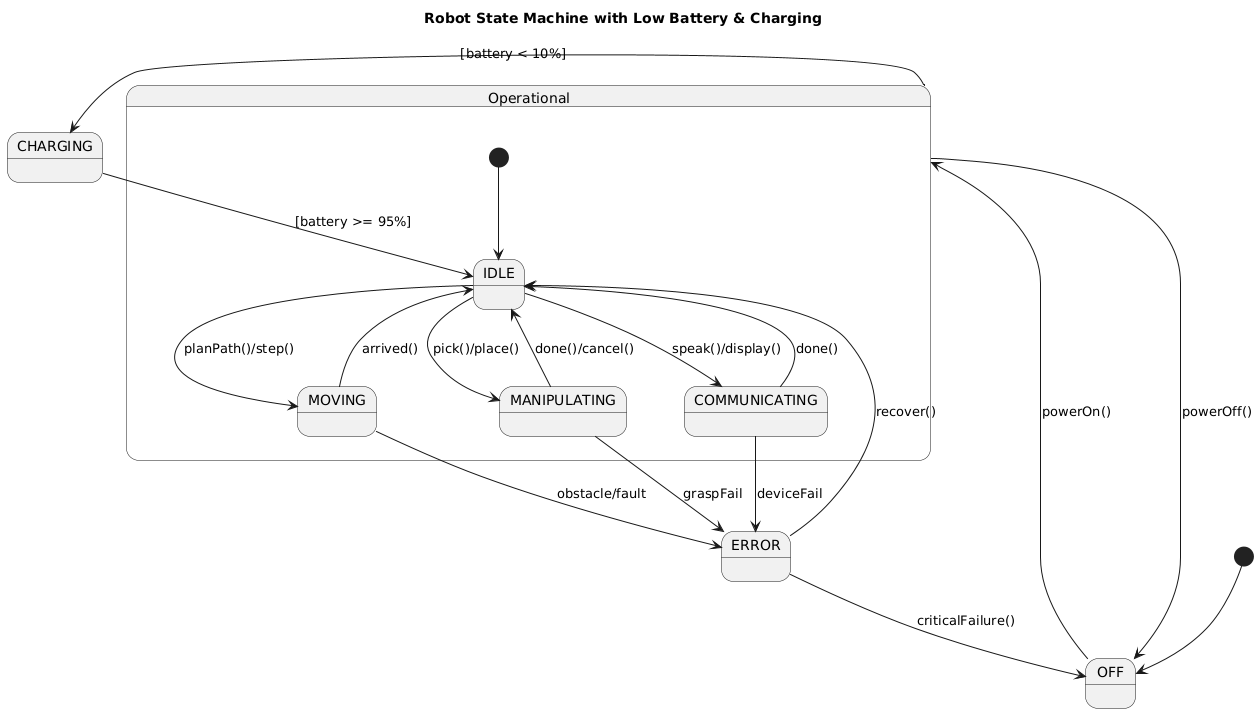
Above: OOP_PCOM7E_Assignment/assets/img/state_diagram.png in va-angelier/va-angelier.github.io (PlantUML), before the change. Its diagram source:
```plantuml
@startuml
title Robot State Machine with Low Battery & Charging
skinparam shadowing false

[*] --> OFF
OFF --> Operational : powerOn()
Operational --> OFF : powerOff()

state Operational {
  [*] --> IDLE
  IDLE --> MOVING : planPath()/step()
  MOVING --> IDLE : arrived()
  IDLE --> MANIPULATING : pick()/place()
  MANIPULATING --> IDLE : done()/cancel()
  IDLE --> COMMUNICATING : speak()/display()
  COMMUNICATING --> IDLE : done()
  MOVING --> ERROR : obstacle/fault
  MANIPULATING --> ERROR : graspFail
  COMMUNICATING --> ERROR : deviceFail
}

Operational --> CHARGING : [battery < 10%]
state CHARGING
CHARGING --> IDLE : [battery >= 95%]

state ERROR
ERROR --> IDLE : recover()
ERROR --> OFF  : criticalFailure()
@enduml
```
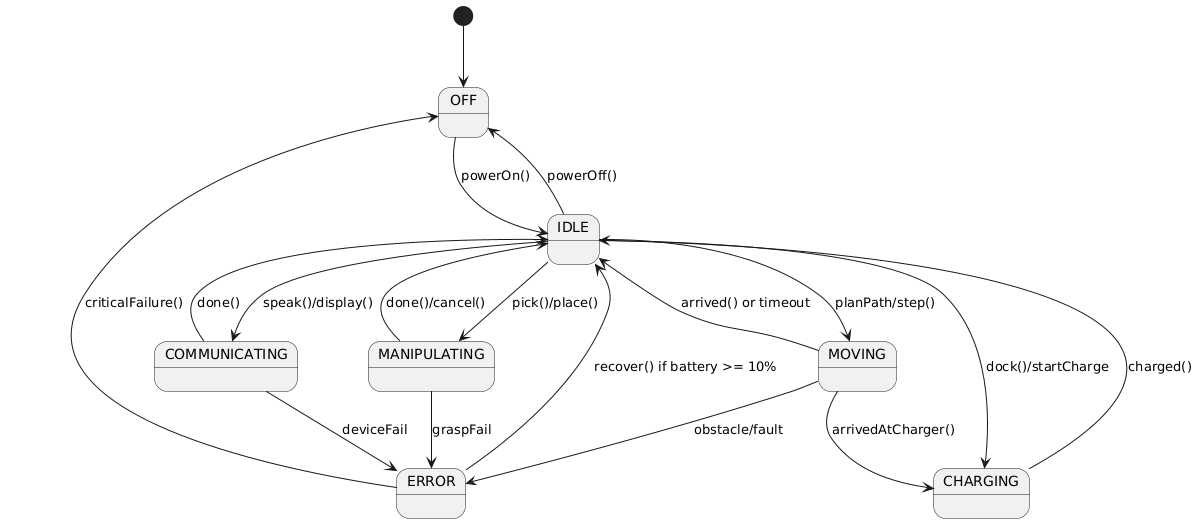
Later version of the same file.

What changed in the source:
```diff
@@ -1,29 +1,19 @@
 @startuml
-title Robot State Machine with Low Battery & Charging
-skinparam shadowing false
-
 [*] --> OFF
-OFF --> Operational : powerOn()
-Operational --> OFF : powerOff()
-
-state Operational {
-  [*] --> IDLE
-  IDLE --> MOVING : planPath()/step()
-  MOVING --> IDLE : arrived()
-  IDLE --> MANIPULATING : pick()/place()
-  MANIPULATING --> IDLE : done()/cancel()
-  IDLE --> COMMUNICATING : speak()/display()
-  COMMUNICATING --> IDLE : done()
-  MOVING --> ERROR : obstacle/fault
-  MANIPULATING --> ERROR : graspFail
-  COMMUNICATING --> ERROR : deviceFail
-}
-
-Operational --> CHARGING : [battery < 10%]
-state CHARGING
-CHARGING --> IDLE : [battery >= 95%]
-
-state ERROR
-ERROR --> IDLE : recover()
-ERROR --> OFF  : criticalFailure()
+OFF --> IDLE : powerOn()
+IDLE --> OFF : powerOff()
+IDLE --> MOVING : planPath/step()
+MOVING --> IDLE : arrived() or timeout
+MOVING --> ERROR : obstacle/fault
+IDLE --> MANIPULATING : pick()/place()
+MANIPULATING --> IDLE : done()/cancel()
+MANIPULATING --> ERROR : graspFail
+IDLE --> COMMUNICATING : speak()/display()
+COMMUNICATING --> IDLE : done()
+COMMUNICATING --> ERROR : deviceFail
+ERROR --> IDLE : recover() if battery >= 10%
+ERROR --> OFF : criticalFailure()
+IDLE --> CHARGING : dock()/startCharge
+MOVING --> CHARGING : arrivedAtCharger()
+CHARGING --> IDLE : charged()
 @enduml
```
